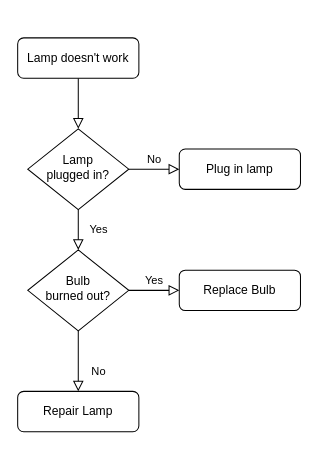
Before: Untitled Diagram.drawio in bluekidds/wavenet, a draw.io diagram. Source tidied: cells renumbered, new cells numbered last; positions are measured from the earlier drawing's top-left corner, leaving out a move shared by most shapes. Both pictures are drawn from the tidied source at 101%, with x=0, y=0 at pixel (17, 37).
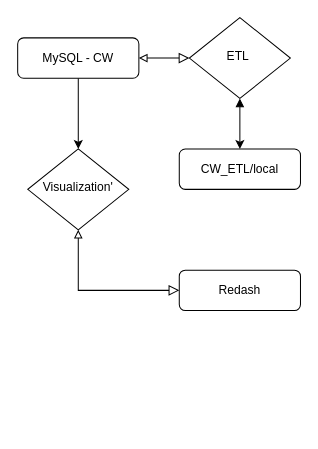
The same diagram, later.

The edit, as a diff of the source:
```diff
@@
 <mxGraphModel>
   <root>
     <mxCell id="0" />
     <mxCell id="1" parent="0" />
-    <mxCell id="2" style="rounded=0;html=1;jettySize=auto;fontSize=11;endArrow=block;endFill=0;endSize=8;strokeWidth=1;shadow=0;labelBackgroundColor=none;edgeStyle=orthogonalEdgeStyle;" parent="1" edge="1" source="3" target="6">
+    <mxCell id="2" style="rounded=0;html=1;jettySize=auto;fontSize=11;endArrow=block;endFill=0;endSize=8;strokeWidth=1;shadow=0;labelBackgroundColor=none;edgeStyle=orthogonalEdgeStyle;startArrow=block;startFill=0;" parent="1" edge="1" source="3" target="6">
       <mxGeometry relative="1" as="geometry" />
     </mxCell>
+    <mxCell id="13" style="edgeStyle=orthogonalEdgeStyle;rounded=0;jettySize=auto;html=1;startArrow=none;startFill=0;endArrow=classic;endFill=1;" parent="1" edge="1" source="3" target="10">
+      <mxGeometry relative="1" as="geometry" />
+    </mxCell>
-    <mxCell id="3" value="Lamp doesn't work" style="rounded=1;whiteSpace=wrap;html=1;fontSize=12;glass=0;strokeWidth=1;shadow=0;" parent="1" vertex="1">
+    <mxCell id="3" value="MySQL - CW" style="rounded=1;whiteSpace=wrap;html=1;fontSize=12;glass=0;strokeWidth=1;shadow=0;" parent="1" vertex="1">
       <mxGeometry width="120" height="40" as="geometry" />
     </mxCell>
-    <mxCell id="4" value="Yes" style="rounded=0;html=1;jettySize=auto;fontSize=11;endArrow=block;endFill=0;endSize=8;strokeWidth=1;shadow=0;labelBackgroundColor=none;edgeStyle=orthogonalEdgeStyle;" parent="1" edge="1" source="6" target="10">
-      <mxGeometry y="20" relative="1" as="geometry" />
-    </mxCell>
-    <mxCell id="5" value="No" style="edgeStyle=orthogonalEdgeStyle;rounded=0;html=1;jettySize=auto;fontSize=11;endArrow=block;endFill=0;endSize=8;strokeWidth=1;shadow=0;labelBackgroundColor=none;" parent="1" edge="1" source="6" target="7">
-      <mxGeometry y="10" relative="1" as="geometry" />
-    </mxCell>
-    <mxCell id="6" value="Lamp&lt;br&gt;plugged in?" style="rhombus;whiteSpace=wrap;html=1;shadow=0;fontFamily=Helvetica;fontSize=12;align=center;strokeWidth=1;spacing=6;spacingTop=-4;" parent="1" vertex="1">
-      <mxGeometry x="10" y="90" width="100" height="80" as="geometry" />
+    <mxCell id="6" value="ETL&amp;nbsp;" style="rhombus;whiteSpace=wrap;html=1;shadow=0;fontFamily=Helvetica;fontSize=12;align=center;strokeWidth=1;spacing=6;spacingTop=-4;" parent="1" vertex="1">
+      <mxGeometry x="170" y="-20" width="100" height="80" as="geometry" />
     </mxCell>
+    <mxCell id="14" style="edgeStyle=orthogonalEdgeStyle;rounded=0;jettySize=auto;html=1;endArrow=block;endFill=1;startArrow=classic;startFill=1;" parent="1" edge="1" source="7" target="6">
+      <mxGeometry relative="1" as="geometry" />
+    </mxCell>
-    <mxCell id="7" value="Plug in lamp" style="rounded=1;whiteSpace=wrap;html=1;fontSize=12;glass=0;strokeWidth=1;shadow=0;" parent="1" vertex="1">
+    <mxCell id="7" value="CW_ETL/local" style="rounded=1;whiteSpace=wrap;html=1;fontSize=12;glass=0;strokeWidth=1;shadow=0;" parent="1" vertex="1">
       <mxGeometry x="160" y="110" width="120" height="40" as="geometry" />
     </mxCell>
-    <mxCell id="8" value="No" style="rounded=0;html=1;jettySize=auto;fontSize=11;endArrow=block;endFill=0;endSize=8;strokeWidth=1;shadow=0;labelBackgroundColor=none;edgeStyle=orthogonalEdgeStyle;" parent="1" edge="1" source="10" target="11">
-      <mxGeometry x="0.33" y="20" relative="1" as="geometry" />
-    </mxCell>
-    <mxCell id="9" value="Yes" style="edgeStyle=orthogonalEdgeStyle;rounded=0;html=1;jettySize=auto;fontSize=11;endArrow=block;endFill=0;endSize=8;strokeWidth=1;shadow=0;labelBackgroundColor=none;" parent="1" edge="1" source="10" target="12">
-      <mxGeometry y="10" relative="1" as="geometry" />
+    <mxCell id="9" style="edgeStyle=orthogonalEdgeStyle;rounded=0;html=1;jettySize=auto;fontSize=11;endArrow=block;endFill=0;endSize=8;strokeWidth=1;shadow=0;labelBackgroundColor=none;startArrow=block;startFill=0;" parent="1" edge="1" source="10" target="12">
+      <mxGeometry y="10" relative="1" as="geometry">
+        <Array as="points">
+          <mxPoint x="140" y="250" />
+          <mxPoint x="140" y="250" />
+        </Array>
+      </mxGeometry>
     </mxCell>
-    <mxCell id="10" value="Bulb&lt;br&gt;burned out?" style="rhombus;whiteSpace=wrap;html=1;shadow=0;fontFamily=Helvetica;fontSize=12;align=center;strokeWidth=1;spacing=6;spacingTop=-4;" parent="1" vertex="1">
-      <mxGeometry x="10" y="210" width="100" height="80" as="geometry" />
+    <mxCell id="10" value="Visualization'" style="rhombus;whiteSpace=wrap;html=1;shadow=0;fontFamily=Helvetica;fontSize=12;align=center;strokeWidth=1;spacing=6;spacingTop=-4;" parent="1" vertex="1">
+      <mxGeometry x="10" y="110" width="100" height="80" as="geometry" />
     </mxCell>
-    <mxCell id="11" value="Repair Lamp" style="rounded=1;whiteSpace=wrap;html=1;fontSize=12;glass=0;strokeWidth=1;shadow=0;" parent="1" vertex="1">
-      <mxGeometry y="350" width="120" height="40" as="geometry" />
-    </mxCell>
-    <mxCell id="12" value="Replace Bulb" style="rounded=1;whiteSpace=wrap;html=1;fontSize=12;glass=0;strokeWidth=1;shadow=0;" parent="1" vertex="1">
+    <mxCell id="12" value="Redash" style="rounded=1;whiteSpace=wrap;html=1;fontSize=12;glass=0;strokeWidth=1;shadow=0;" parent="1" vertex="1">
       <mxGeometry x="160" y="230" width="120" height="40" as="geometry" />
     </mxCell>
   </root>
 </mxGraphModel>
```
